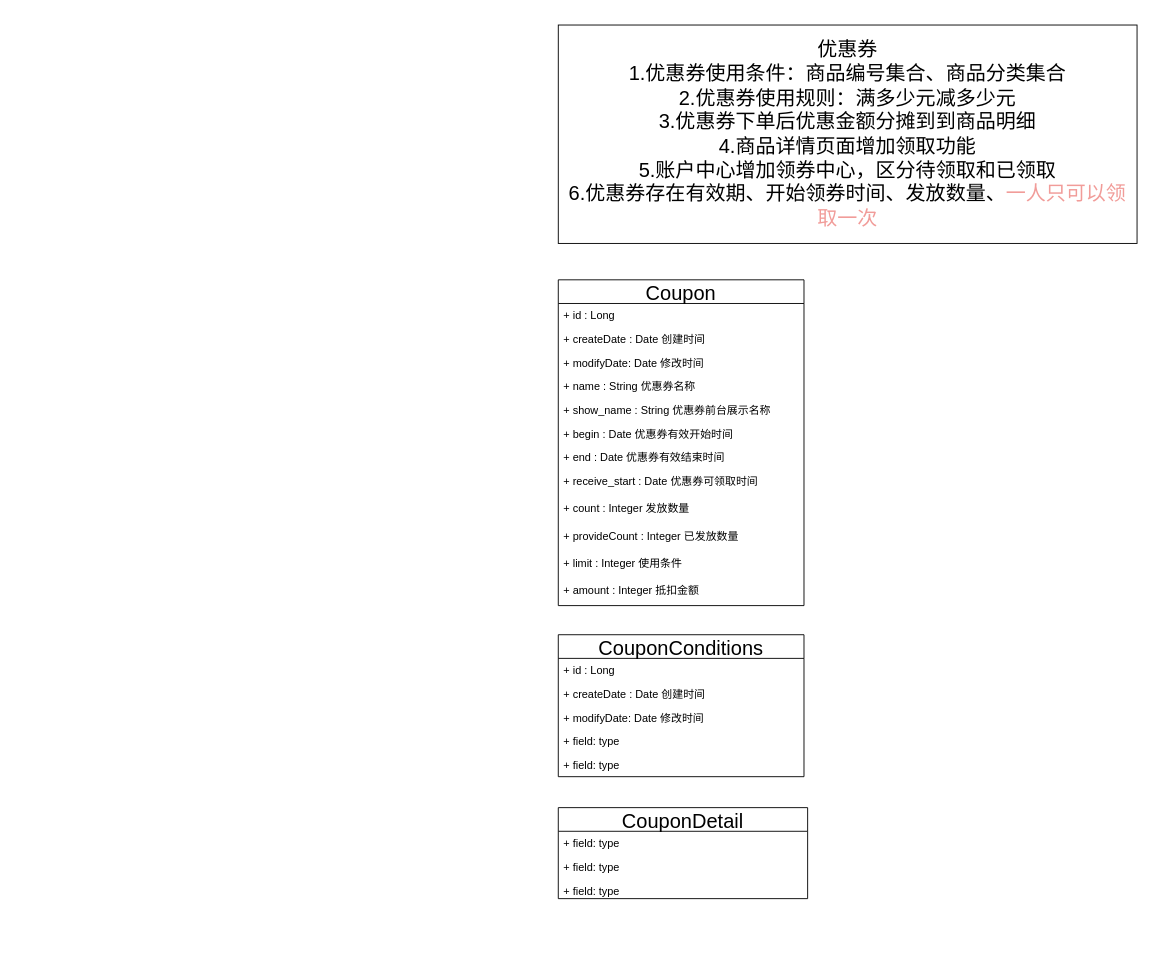
This is 优惠券.drawio from lycwukang/diagrams, a draw.io file, before an edit. Source tidied: cells renumbered, new cells numbered last; positions are measured from the earlier drawing's top-left corner, leaving out a move shared by most shapes. Both pictures are drawn from the tidied source at 91%, with x=0, y=0 at pixel (558, 25).
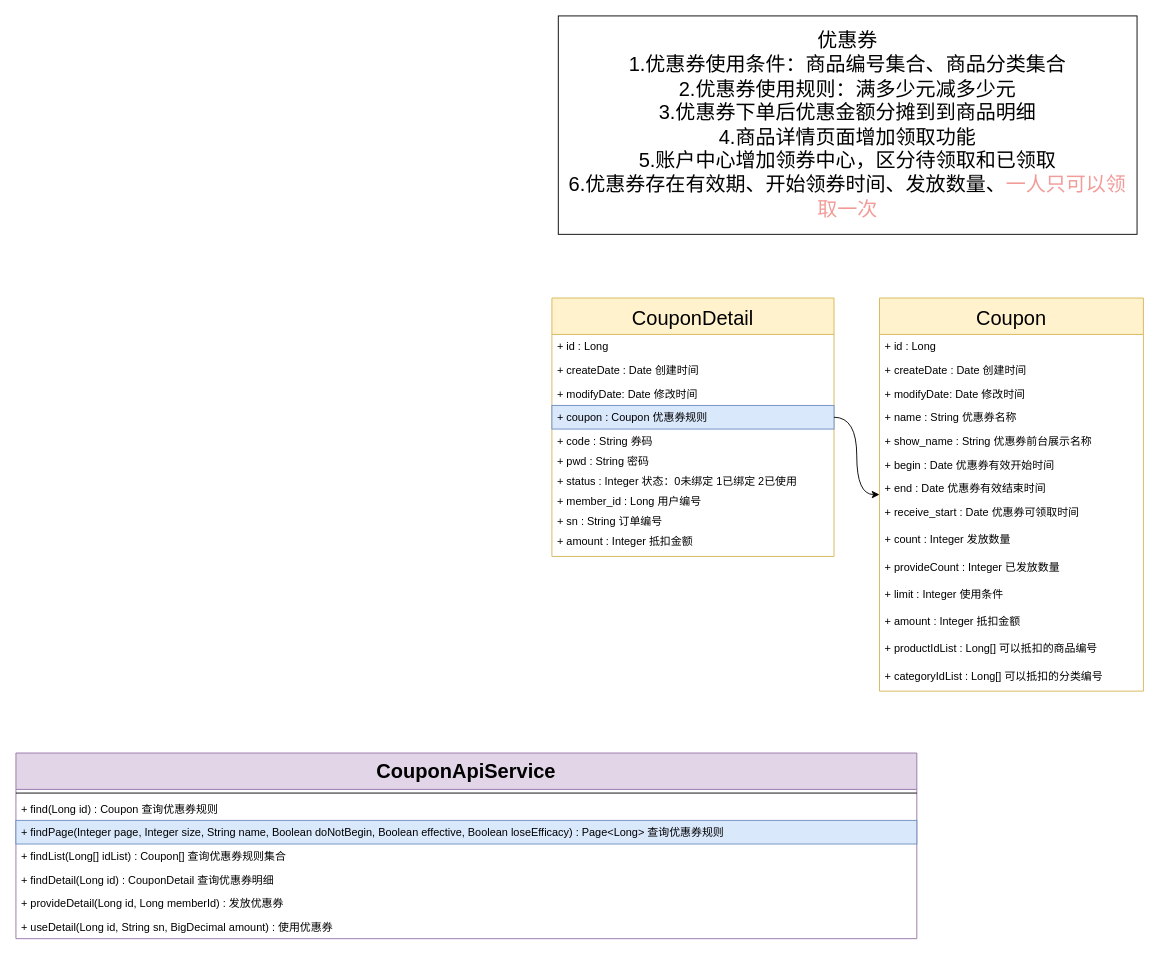
After the change.

Commit message:
更新优惠券.drawio

Diff of the diagram source:
```diff
@@
     <mxCell id="2" value="优惠券&lt;br style=&quot;font-size: 22px&quot;&gt;1.优惠券使用条件：商品编号集合、商品分类集合&lt;br style=&quot;font-size: 22px&quot;&gt;2.优惠券使用规则：满多少元减多少元&lt;br style=&quot;font-size: 22px&quot;&gt;3.优惠券下单后优惠金额分摊到到商品明细&lt;br style=&quot;font-size: 22px&quot;&gt;4.商品详情页面增加领取功能&lt;br style=&quot;font-size: 22px&quot;&gt;5.账户中心增加领券中心，区分待领取和已领取&lt;br&gt;6.优惠券存在有效期、开始领券时间、发放数量、&lt;font color=&quot;#f19c99&quot;&gt;一人只可以领取一次&lt;/font&gt;" style="rounded=0;whiteSpace=wrap;html=1;fontSize=22;" parent="1" vertex="1">
-      <mxGeometry width="636" height="240" as="geometry" />
+      <mxGeometry y="-10" width="636" height="240" as="geometry" />
     </mxCell>
-    <mxCell id="3" value="Coupon" style="swimlane;fontStyle=0;horizontal=1;startSize=26;fillColor=none;fontSize=22;" parent="1" vertex="1">
-      <mxGeometry y="280" width="270" height="358" as="geometry" />
+    <mxCell id="3" value="Coupon" style="swimlane;fontStyle=0;horizontal=1;startSize=40;fillColor=#fff2cc;fontSize=22;strokeColor=#d6b656;" parent="1" vertex="1">
+      <mxGeometry x="353" y="300" width="290" height="432" as="geometry" />
     </mxCell>
     <mxCell id="4" value="+ id : Long" style="text;strokeColor=none;fillColor=none;align=left;verticalAlign=top;spacingLeft=4;spacingRight=4;overflow=hidden;" parent="3" vertex="1">
-      <mxGeometry y="26" width="270" height="26" as="geometry" />
+      <mxGeometry y="40" width="290" height="26" as="geometry" />
     </mxCell>
     <mxCell id="5" value="+ createDate : Date 创建时间" style="text;strokeColor=none;fillColor=none;align=left;verticalAlign=top;spacingLeft=4;spacingRight=4;overflow=hidden;" parent="3" vertex="1">
-      <mxGeometry y="52" width="270" height="26" as="geometry" />
+      <mxGeometry y="66" width="290" height="26" as="geometry" />
     </mxCell>
     <mxCell id="6" value="+ modifyDate: Date 修改时间" style="text;strokeColor=none;fillColor=none;align=left;verticalAlign=top;spacingLeft=4;spacingRight=4;overflow=hidden;" parent="3" vertex="1">
-      <mxGeometry y="78" width="270" height="26" as="geometry" />
+      <mxGeometry y="92" width="290" height="26" as="geometry" />
     </mxCell>
     <mxCell id="7" value="+ name : String 优惠券名称" style="text;strokeColor=none;fillColor=none;align=left;verticalAlign=top;spacingLeft=4;spacingRight=4;overflow=hidden;" parent="3" vertex="1">
-      <mxGeometry y="104" width="270" height="26" as="geometry" />
+      <mxGeometry y="118" width="290" height="26" as="geometry" />
     </mxCell>
     <mxCell id="8" value="+ show_name : String 优惠券前台展示名称" style="text;strokeColor=none;fillColor=none;align=left;verticalAlign=top;spacingLeft=4;spacingRight=4;overflow=hidden;" parent="3" vertex="1">
-      <mxGeometry y="130" width="270" height="26" as="geometry" />
+      <mxGeometry y="144" width="290" height="26" as="geometry" />
     </mxCell>
     <mxCell id="9" value="+ begin : Date 优惠券有效开始时间" style="text;strokeColor=none;fillColor=none;align=left;verticalAlign=top;spacingLeft=4;spacingRight=4;overflow=hidden;" parent="3" vertex="1">
-      <mxGeometry y="156" width="270" height="26" as="geometry" />
+      <mxGeometry y="170" width="290" height="26" as="geometry" />
     </mxCell>
     <mxCell id="10" value="+ end : Date 优惠券有效结束时间" style="text;strokeColor=none;fillColor=none;align=left;verticalAlign=top;spacingLeft=4;spacingRight=4;overflow=hidden;" parent="3" vertex="1">
-      <mxGeometry y="182" width="270" height="26" as="geometry" />
+      <mxGeometry y="196" width="290" height="26" as="geometry" />
     </mxCell>
     <mxCell id="11" value="+ receive_start : Date 优惠券可领取时间" style="text;strokeColor=none;fillColor=none;align=left;verticalAlign=top;spacingLeft=4;spacingRight=4;overflow=hidden;" parent="3" vertex="1">
-      <mxGeometry y="208" width="270" height="30" as="geometry" />
+      <mxGeometry y="222" width="290" height="30" as="geometry" />
     </mxCell>
     <mxCell id="12" value="+ count : Integer 发放数量" style="text;strokeColor=none;fillColor=none;align=left;verticalAlign=top;spacingLeft=4;spacingRight=4;overflow=hidden;" parent="3" vertex="1">
-      <mxGeometry y="238" width="270" height="30" as="geometry" />
+      <mxGeometry y="252" width="290" height="30" as="geometry" />
     </mxCell>
     <mxCell id="13" value="+ provideCount : Integer 已发放数量" style="text;strokeColor=none;fillColor=none;align=left;verticalAlign=top;spacingLeft=4;spacingRight=4;overflow=hidden;" parent="3" vertex="1">
-      <mxGeometry y="268" width="270" height="30" as="geometry" />
+      <mxGeometry y="282" width="290" height="30" as="geometry" />
     </mxCell>
     <mxCell id="14" value="+ limit : Integer 使用条件" style="text;strokeColor=none;fillColor=none;align=left;verticalAlign=top;spacingLeft=4;spacingRight=4;overflow=hidden;" parent="3" vertex="1">
-      <mxGeometry y="298" width="270" height="30" as="geometry" />
+      <mxGeometry y="312" width="290" height="30" as="geometry" />
     </mxCell>
     <mxCell id="15" value="+ amount : Integer 抵扣金额" style="text;strokeColor=none;fillColor=none;align=left;verticalAlign=top;spacingLeft=4;spacingRight=4;overflow=hidden;" parent="3" vertex="1">
-      <mxGeometry y="328" width="270" height="30" as="geometry" />
+      <mxGeometry y="342" width="290" height="30" as="geometry" />
     </mxCell>
+    <mxCell id="26" value="+ productIdList : Long[] 可以抵扣的商品编号" style="text;strokeColor=none;fillColor=none;align=left;verticalAlign=top;spacingLeft=4;spacingRight=4;overflow=hidden;" parent="3" vertex="1">
+      <mxGeometry y="372" width="290" height="30" as="geometry" />
+    </mxCell>
+    <mxCell id="27" value="+ categoryIdList : Long[] 可以抵扣的分类编号" style="text;strokeColor=none;fillColor=none;align=left;verticalAlign=top;spacingLeft=4;spacingRight=4;overflow=hidden;" parent="3" vertex="1">
+      <mxGeometry y="402" width="290" height="30" as="geometry" />
+    </mxCell>
-    <mxCell id="16" value="CouponDetail" style="swimlane;fontStyle=0;horizontal=1;startSize=26;fillColor=none;fontSize=22;" parent="1" vertex="1">
-      <mxGeometry y="860" width="274" height="100" as="geometry" />
+    <mxCell id="16" value="CouponDetail" style="swimlane;fontStyle=0;horizontal=1;startSize=40;fillColor=#fff2cc;fontSize=22;strokeColor=#d6b656;" parent="1" vertex="1">
+      <mxGeometry x="-7" y="300" width="310" height="284" as="geometry" />
     </mxCell>
-    <mxCell id="17" value="+ field: type" style="text;strokeColor=none;fillColor=none;align=left;verticalAlign=top;spacingLeft=4;spacingRight=4;overflow=hidden;" parent="16" vertex="1">
-      <mxGeometry y="26" width="274" height="26" as="geometry" />
+    <mxCell id="17" value="+ id : Long" style="text;strokeColor=none;fillColor=none;align=left;verticalAlign=top;spacingLeft=4;spacingRight=4;overflow=hidden;" parent="16" vertex="1">
+      <mxGeometry y="40" width="310" height="26" as="geometry" />
     </mxCell>
+    <mxCell id="22" value="+ createDate : Date 创建时间" style="text;strokeColor=none;fillColor=none;align=left;verticalAlign=top;spacingLeft=4;spacingRight=4;overflow=hidden;" parent="16" vertex="1">
+      <mxGeometry y="66" width="310" height="26" as="geometry" />
+    </mxCell>
+    <mxCell id="23" value="+ modifyDate: Date 修改时间" style="text;strokeColor=none;fillColor=none;align=left;verticalAlign=top;spacingLeft=4;spacingRight=4;overflow=hidden;" parent="16" vertex="1">
+      <mxGeometry y="92" width="310" height="26" as="geometry" />
+    </mxCell>
-    <mxCell id="18" value="+ field: type" style="text;strokeColor=none;fillColor=none;align=left;verticalAlign=top;spacingLeft=4;spacingRight=4;overflow=hidden;points=[[0,0.5],[1,0.5]];portConstraint=eastwest;" parent="16" vertex="1">
-      <mxGeometry y="52" width="274" height="26" as="geometry" />
+    <mxCell id="18" value="+ coupon : Coupon 优惠券规则" style="text;strokeColor=#6c8ebf;fillColor=#dae8fc;align=left;verticalAlign=top;spacingLeft=4;spacingRight=4;overflow=hidden;points=[[0,0.5],[1,0.5]];portConstraint=eastwest;" parent="16" vertex="1">
+      <mxGeometry y="118" width="310" height="26" as="geometry" />
     </mxCell>
-    <mxCell id="19" value="+ field: type" style="text;strokeColor=none;fillColor=none;align=left;verticalAlign=top;spacingLeft=4;spacingRight=4;overflow=hidden;" parent="16" vertex="1">
-      <mxGeometry y="78" width="274" height="22" as="geometry" />
+    <mxCell id="19" value="+ code : String 券码" style="text;strokeColor=none;fillColor=none;align=left;verticalAlign=top;spacingLeft=4;spacingRight=4;overflow=hidden;" parent="16" vertex="1">
+      <mxGeometry y="144" width="310" height="22" as="geometry" />
     </mxCell>
-    <mxCell id="20" value="CouponConditions" style="swimlane;fontStyle=0;horizontal=1;startSize=26;fillColor=none;fontSize=22;" parent="1" vertex="1">
-      <mxGeometry y="670" width="270" height="156" as="geometry" />
-    </mxCell>
-    <mxCell id="21" value="+ id : Long" style="text;strokeColor=none;fillColor=none;align=left;verticalAlign=top;spacingLeft=4;spacingRight=4;overflow=hidden;" parent="20" vertex="1">
-      <mxGeometry y="26" width="270" height="26" as="geometry" />
-    </mxCell>
-    <mxCell id="22" value="+ createDate : Date 创建时间" style="text;strokeColor=none;fillColor=none;align=left;verticalAlign=top;spacingLeft=4;spacingRight=4;overflow=hidden;" parent="20" vertex="1">
-      <mxGeometry y="52" width="270" height="26" as="geometry" />
-    </mxCell>
-    <mxCell id="23" value="+ modifyDate: Date 修改时间" style="text;strokeColor=none;fillColor=none;align=left;verticalAlign=top;spacingLeft=4;spacingRight=4;overflow=hidden;" parent="20" vertex="1">
-      <mxGeometry y="78" width="270" height="26" as="geometry" />
-    </mxCell>
-    <mxCell id="24" value="+ field: type" style="text;strokeColor=none;fillColor=none;align=left;verticalAlign=top;spacingLeft=4;spacingRight=4;overflow=hidden;" parent="20" vertex="1">
-      <mxGeometry y="104" width="270" height="26" as="geometry" />
-    </mxCell>
-    <mxCell id="25" value="+ field: type" style="text;strokeColor=none;fillColor=none;align=left;verticalAlign=top;spacingLeft=4;spacingRight=4;overflow=hidden;" parent="20" vertex="1">
-      <mxGeometry y="130" width="270" height="26" as="geometry" />
-    </mxCell>
+    <mxCell id="28" value="+ pwd : String 密码" style="text;strokeColor=none;fillColor=none;align=left;verticalAlign=top;spacingLeft=4;spacingRight=4;overflow=hidden;" parent="16" vertex="1">
+      <mxGeometry y="166" width="310" height="22" as="geometry" />
+    </mxCell>
+    <mxCell id="29" value="+ status : Integer 状态：0未绑定 1已绑定 2已使用" style="text;strokeColor=none;fillColor=none;align=left;verticalAlign=top;spacingLeft=4;spacingRight=4;overflow=hidden;" parent="16" vertex="1">
+      <mxGeometry y="188" width="310" height="22" as="geometry" />
+    </mxCell>
+    <mxCell id="30" value="+ member_id : Long 用户编号" style="text;strokeColor=none;fillColor=none;align=left;verticalAlign=top;spacingLeft=4;spacingRight=4;overflow=hidden;" parent="16" vertex="1">
+      <mxGeometry y="210" width="310" height="22" as="geometry" />
+    </mxCell>
+    <mxCell id="31" value="+ sn : String 订单编号" style="text;strokeColor=none;fillColor=none;align=left;verticalAlign=top;spacingLeft=4;spacingRight=4;overflow=hidden;" parent="16" vertex="1">
+      <mxGeometry y="232" width="310" height="22" as="geometry" />
+    </mxCell>
+    <mxCell id="32" value="+ amount : Integer 抵扣金额" style="text;strokeColor=none;fillColor=none;align=left;verticalAlign=top;spacingLeft=4;spacingRight=4;overflow=hidden;" parent="16" vertex="1">
+      <mxGeometry y="254" width="310" height="30" as="geometry" />
+    </mxCell>
+    <mxCell id="33" style="edgeStyle=orthogonalEdgeStyle;curved=1;rounded=0;jettySize=auto;html=1;exitX=1;exitY=0.5;exitDx=0;exitDy=0;fontSize=22;" parent="1" edge="1" source="18" target="3">
+      <mxGeometry relative="1" as="geometry" />
+    </mxCell>
+    <mxCell id="34" value="CouponApiService" style="swimlane;fontStyle=1;align=center;verticalAlign=top;horizontal=1;startSize=40;fontSize=22;fillColor=#e1d5e7;strokeColor=#9673a6;" parent="1" vertex="1">
+      <mxGeometry x="-596" y="800" width="990" height="204" as="geometry" />
+    </mxCell>
+    <mxCell id="35" style="line;strokeWidth=1;fillColor=none;align=left;verticalAlign=middle;spacingTop=-1;spacingLeft=3;spacingRight=3;labelPosition=right;" parent="34" vertex="1">
+      <mxGeometry y="40" width="990" height="8" as="geometry" />
+    </mxCell>
+    <mxCell id="36" value="+ find(Long id) : Coupon 查询优惠券规则" style="text;strokeColor=none;fillColor=none;align=left;verticalAlign=top;spacingLeft=4;spacingRight=4;overflow=hidden;" parent="34" vertex="1">
+      <mxGeometry y="48" width="990" height="26" as="geometry" />
+    </mxCell>
+    <mxCell id="37" value="+ findPage(Integer page, Integer size, String name, Boolean doNotBegin, Boolean effective, Boolean loseEfficacy) : Page&lt;Long&gt; 查询优惠券规则" style="text;strokeColor=#6c8ebf;fillColor=#dae8fc;align=left;verticalAlign=top;spacingLeft=4;spacingRight=4;overflow=hidden;" parent="34" vertex="1">
+      <mxGeometry y="74" width="990" height="26" as="geometry" />
+    </mxCell>
+    <mxCell id="38" value="+ findList(Long[] idList) : Coupon[] 查询优惠券规则集合" style="text;strokeColor=none;fillColor=none;align=left;verticalAlign=top;spacingLeft=4;spacingRight=4;overflow=hidden;" parent="34" vertex="1">
+      <mxGeometry y="100" width="990" height="26" as="geometry" />
+    </mxCell>
+    <mxCell id="39" value="+ findDetail(Long id) : CouponDetail 查询优惠券明细" style="text;strokeColor=none;fillColor=none;align=left;verticalAlign=top;spacingLeft=4;spacingRight=4;overflow=hidden;" parent="34" vertex="1">
+      <mxGeometry y="126" width="990" height="26" as="geometry" />
+    </mxCell>
+    <mxCell id="40" value="+ provideDetail(Long id, Long memberId) : 发放优惠券" style="text;strokeColor=none;fillColor=none;align=left;verticalAlign=top;spacingLeft=4;spacingRight=4;overflow=hidden;" parent="34" vertex="1">
+      <mxGeometry y="152" width="990" height="26" as="geometry" />
+    </mxCell>
+    <mxCell id="41" value="+ useDetail(Long id, String sn, BigDecimal amount) : 使用优惠券" style="text;strokeColor=none;fillColor=none;align=left;verticalAlign=top;spacingLeft=4;spacingRight=4;overflow=hidden;" parent="34" vertex="1">
+      <mxGeometry y="178" width="990" height="26" as="geometry" />
+    </mxCell>
```
